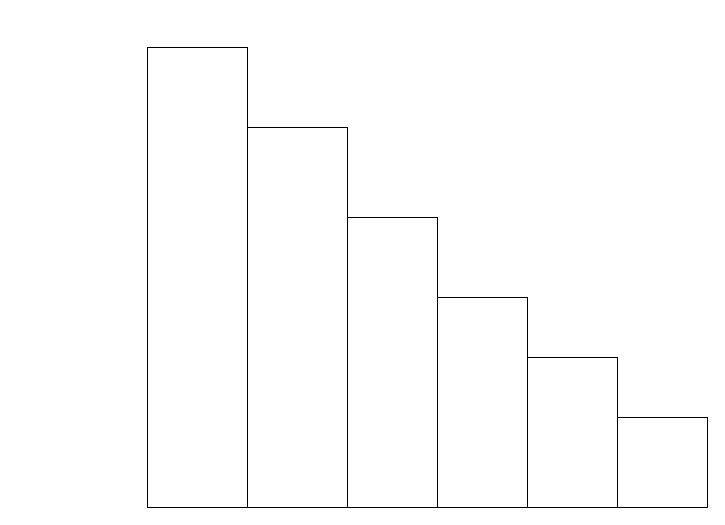
Earlier version of the draw.io diagram xgb性能优化路径.drawio (Angzz/drawio). Source tidied: cells renumbered, new cells numbered last; positions are measured from the earlier drawing's top-left corner, leaving out a move shared by most shapes. Both pictures are drawn from the tidied source at 100%, with x=0, y=0 at pixel (147, 47).
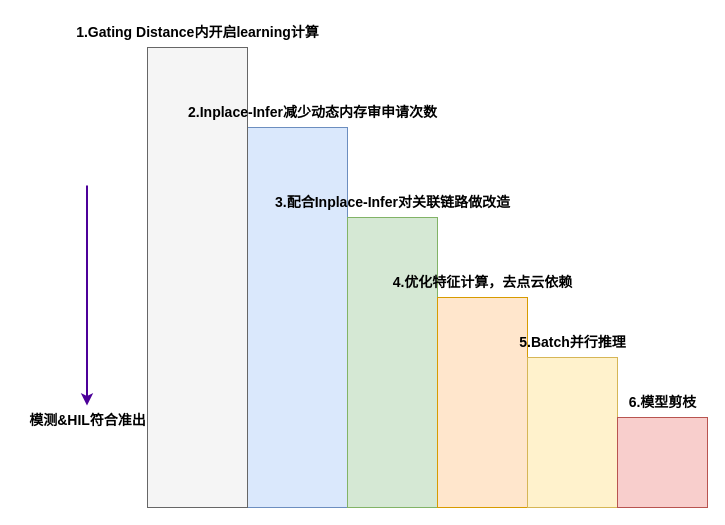
The same page after the edit.

Commit message (it also covers changes not shown here):
xgb性能优化路径.drawio

Diff of the diagram source:
```diff
@@
 <mxGraphModel>
   <root>
     <mxCell id="0" />
     <mxCell id="1" parent="0" />
-    <mxCell id="2" style="rounded=0;whiteSpace=wrap;html=1;" parent="1" vertex="1">
+    <mxCell id="2" style="rounded=0;whiteSpace=wrap;html=1;fillColor=#dae8fc;strokeColor=#6c8ebf;" parent="1" vertex="1">
       <mxGeometry x="100" y="80" width="100" height="380" as="geometry" />
     </mxCell>
-    <mxCell id="3" style="rounded=0;whiteSpace=wrap;html=1;" parent="1" vertex="1">
+    <mxCell id="3" style="rounded=0;whiteSpace=wrap;html=1;fillColor=#d5e8d4;strokeColor=#82b366;" parent="1" vertex="1">
       <mxGeometry x="200" y="170" width="90" height="290" as="geometry" />
     </mxCell>
-    <mxCell id="4" style="rounded=0;whiteSpace=wrap;html=1;" parent="1" vertex="1">
+    <mxCell id="4" style="rounded=0;whiteSpace=wrap;html=1;fillColor=#ffe6cc;strokeColor=#d79b00;" parent="1" vertex="1">
       <mxGeometry x="290" y="250" width="90" height="210" as="geometry" />
     </mxCell>
-    <mxCell id="5" style="rounded=0;whiteSpace=wrap;html=1;" parent="1" vertex="1">
+    <mxCell id="5" style="rounded=0;whiteSpace=wrap;html=1;fillColor=#fff2cc;strokeColor=#d6b656;" parent="1" vertex="1">
       <mxGeometry x="380" y="310" width="90" height="150" as="geometry" />
     </mxCell>
-    <mxCell id="6" style="rounded=0;whiteSpace=wrap;html=1;" parent="1" vertex="1">
+    <mxCell id="6" style="rounded=0;whiteSpace=wrap;html=1;fillColor=#f8cecc;strokeColor=#b85450;" parent="1" vertex="1">
       <mxGeometry x="470" y="370" width="90" height="90" as="geometry" />
     </mxCell>
-    <mxCell id="7" style="rounded=0;whiteSpace=wrap;html=1;" parent="1" vertex="1">
+    <mxCell id="7" style="rounded=0;whiteSpace=wrap;html=1;fillColor=#f5f5f5;fontColor=#333333;strokeColor=#666666;" parent="1" vertex="1">
       <mxGeometry width="100" height="460" as="geometry" />
     </mxCell>
+    <mxCell id="8" value="1.Gating Distance内开启learning计算" style="text;html=1;align=center;verticalAlign=middle;strokeColor=none;fillColor=none;fontSize=14;fontStyle=1;" parent="1" vertex="1">
+      <mxGeometry x="-75" y="-30" width="250" height="30" as="geometry" />
+    </mxCell>
+    <mxCell id="9" value="2.Inplace-Infer减少动态内存审申请次数" style="text;html=1;align=center;verticalAlign=middle;strokeColor=none;fillColor=none;fontSize=14;fontStyle=1;" parent="1" vertex="1">
+      <mxGeometry x="30" y="50" width="270" height="30" as="geometry" />
+    </mxCell>
+    <mxCell id="10" value="3.配合Inplace-Infer对关联链路做改造" style="text;html=1;align=center;verticalAlign=middle;strokeColor=none;fillColor=none;fontSize=14;fontStyle=1;" parent="1" vertex="1">
+      <mxGeometry x="120" y="140" width="250" height="30" as="geometry" />
+    </mxCell>
+    <mxCell id="11" value="4.优化特征计算，去点云依赖" style="text;html=1;align=center;verticalAlign=middle;strokeColor=none;fillColor=none;fontStyle=1;fontSize=14;" parent="1" vertex="1">
+      <mxGeometry x="235" y="220" width="200" height="30" as="geometry" />
+    </mxCell>
+    <mxCell id="12" value="5.Batch并行推理" style="text;html=1;align=center;verticalAlign=middle;strokeColor=none;fillColor=none;fontSize=14;fontStyle=1;" parent="1" vertex="1">
+      <mxGeometry x="360" y="280" width="130" height="30" as="geometry" />
+    </mxCell>
+    <mxCell id="13" value="6.模型剪枝" style="text;html=1;align=center;verticalAlign=middle;strokeColor=none;fillColor=none;fontSize=14;fontStyle=1;" parent="1" vertex="1">
+      <mxGeometry x="470" y="340" width="90" height="30" as="geometry" />
+    </mxCell>
+    <mxCell id="14" style="endArrow=classic;html=1;rounded=0;strokeWidth=2;strokeColor=#4C0099;" parent="1" edge="1">
+      <mxGeometry relative="1" as="geometry">
+        <mxPoint x="-60.5" y="138" as="sourcePoint" />
+        <mxPoint x="-60.5" y="358" as="targetPoint" />
+      </mxGeometry>
+    </mxCell>
+    <mxCell id="15" value="模测&amp;amp;HIL符合准出" style="text;html=1;align=center;verticalAlign=middle;strokeColor=none;fillColor=none;fontStyle=1;fontSize=14;" parent="1" vertex="1">
+      <mxGeometry x="-130" y="358" width="140" height="30" as="geometry" />
+    </mxCell>
   </root>
 </mxGraphModel>
```
